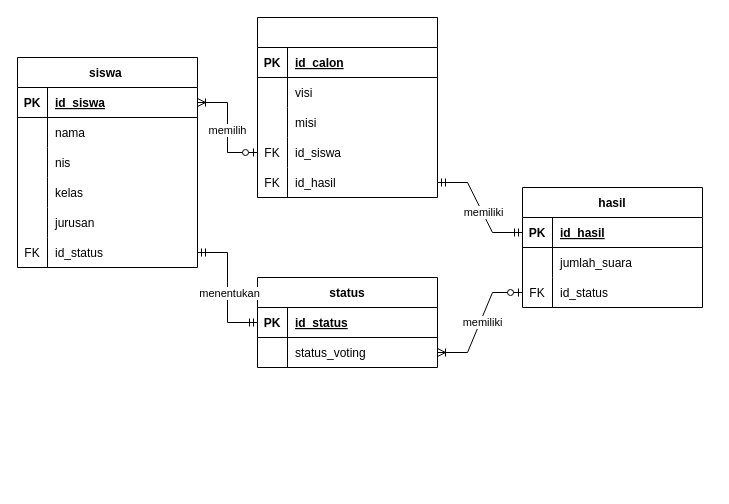
Reiaslite/Semester-3 keeps this draw.io diagram as DRAW-iO/DataBaseFP.drawio. Above is the earlier version. Source tidied: cells renumbered, new cells numbered last; positions are measured from the earlier drawing's top-left corner, leaving out a move shared by most shapes. Both pictures are drawn from the tidied source at 100%, with x=0, y=0 at pixel (17, 17).
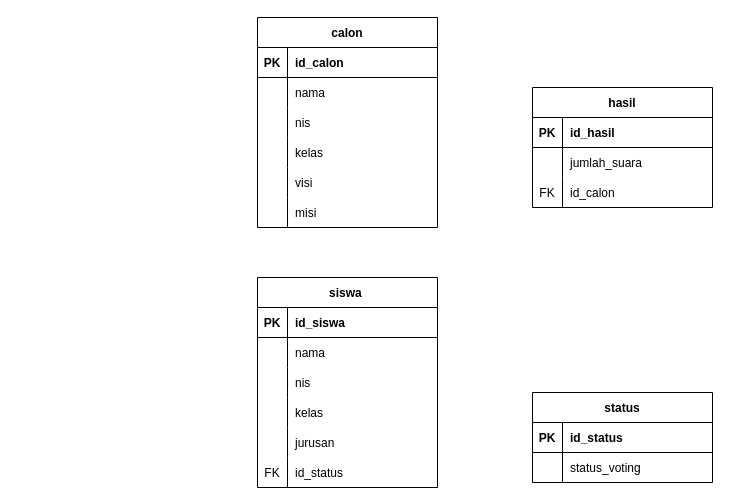
The same page after the edit.

The change refers to these unchanged cells:
```xml
<mxCell id="3" style="shape=tableRow;horizontal=0;startSize=0;swimlaneHead=0;swimlaneBody=0;fillColor=none;top=0;left=0;right=0;bottom=1;" parent="2" vertex="1">
  <mxGeometry y="30" width="180" height="30" as="geometry" />
</mxCell>
<mxCell id="19" style="shape=tableRow;horizontal=0;startSize=0;swimlaneHead=0;swimlaneBody=0;fillColor=none;points=[[0,0.5],[1,0.5]];portConstraint=eastwest;top=0;left=0;right=0;bottom=1;" parent="18" vertex="1">
  <mxGeometry y="30" width="180" height="30" as="geometry" />
</mxCell>
<mxCell id="34" style="shape=tableRow;horizontal=0;startSize=0;swimlaneHead=0;swimlaneBody=0;fillColor=none;points=[[0,0.5],[1,0.5]];portConstraint=eastwest;top=0;left=0;right=0;bottom=0;" parent="18" vertex="1">
  <mxGeometry y="180" width="180" height="30" as="geometry" />
</mxCell>
<mxCell id="38" style="shape=tableRow;horizontal=0;startSize=0;swimlaneHead=0;swimlaneBody=0;fillColor=none;points=[[0,0.5],[1,0.5]];portConstraint=eastwest;top=0;left=0;right=0;bottom=1;" parent="37" vertex="1">
  <mxGeometry y="30" width="180" height="30" as="geometry" />
</mxCell>
<mxCell id="52" style="shape=tableRow;horizontal=0;startSize=0;swimlaneHead=0;swimlaneBody=0;fillColor=none;points=[[0,0.5],[1,0.5]];portConstraint=eastwest;top=0;left=0;right=0;bottom=1;" parent="51" vertex="1">
  <mxGeometry y="30" width="180" height="30" as="geometry" />
</mxCell>
```

Change to the diagram source:
```diff
@@
-    <mxCell id="2" value=" " style="shape=table;startSize=30;childLayout=tableLayout;rowLines=0;fontStyle=1;align=center;" parent="1" vertex="1">
-      <mxGeometry x="240" width="180" height="180" as="geometry" />
+    <mxCell id="2" value="calon" style="shape=table;startSize=30;childLayout=tableLayout;rowLines=0;fontStyle=1;align=center;" parent="1" vertex="1">
+      <mxGeometry x="240" width="180" height="210" as="geometry" />
     </mxCell>
@@
-    <mxCell id="5" value="id_calon" style="shape=partialRectangle;fillColor=none;top=0;left=0;bottom=0;right=0;align=left;spacingLeft=6;fontStyle=5;overflow=hidden;" parent="3" vertex="1">
+    <mxCell id="5" value="id_calon" style="shape=partialRectangle;fillColor=none;top=0;left=0;bottom=0;right=0;align=left;spacingLeft=6;fontStyle=1;overflow=hidden;" parent="3" vertex="1">
       <mxGeometry x="30" width="150" height="30" as="geometry" />
     </mxCell>
+    <mxCell id="62" style="shape=tableRow;horizontal=0;startSize=0;swimlaneHead=0;swimlaneBody=0;fillColor=none;top=0;left=0;right=0;bottom=0;" parent="2" vertex="1">
+      <mxGeometry y="60" width="180" height="30" as="geometry" />
+    </mxCell>
+    <mxCell id="63" style="shape=partialRectangle;fillColor=none;top=0;left=0;bottom=0;right=0;overflow=hidden;" parent="62" vertex="1">
+      <mxGeometry width="30" height="30" as="geometry" />
+    </mxCell>
+    <mxCell id="64" value="nama" style="shape=partialRectangle;fillColor=none;top=0;left=0;bottom=0;right=0;align=left;spacingLeft=6;overflow=hidden;" parent="62" vertex="1">
+      <mxGeometry x="30" width="150" height="30" as="geometry" />
+    </mxCell>
+    <mxCell id="65" style="shape=tableRow;horizontal=0;startSize=0;swimlaneHead=0;swimlaneBody=0;fillColor=none;top=0;left=0;right=0;bottom=0;" parent="2" vertex="1">
+      <mxGeometry y="90" width="180" height="30" as="geometry" />
+    </mxCell>
+    <mxCell id="66" style="shape=partialRectangle;fillColor=none;top=0;left=0;bottom=0;right=0;overflow=hidden;" parent="65" vertex="1">
+      <mxGeometry width="30" height="30" as="geometry" />
+    </mxCell>
+    <mxCell id="67" value="nis" style="shape=partialRectangle;fillColor=none;top=0;left=0;bottom=0;right=0;align=left;spacingLeft=6;overflow=hidden;" parent="65" vertex="1">
+      <mxGeometry x="30" width="150" height="30" as="geometry" />
+    </mxCell>
+    <mxCell id="12" style="shape=tableRow;horizontal=0;startSize=0;swimlaneHead=0;swimlaneBody=0;fillColor=none;points=[[0,0.5],[1,0.5]];portConstraint=eastwest;top=0;left=0;right=0;bottom=0;" parent="2" vertex="1">
+      <mxGeometry y="120" width="180" height="30" as="geometry" />
+    </mxCell>
+    <mxCell id="68" style="shape=partialRectangle;fillColor=none;top=0;left=0;bottom=0;right=0;overflow=hidden;" parent="12" vertex="1">
+      <mxGeometry width="30" height="30" as="geometry" />
+    </mxCell>
+    <mxCell id="69" value="kelas" style="shape=partialRectangle;fillColor=none;top=0;left=0;bottom=0;right=0;align=left;spacingLeft=6;overflow=hidden;" parent="12" vertex="1">
+      <mxGeometry x="30" width="150" height="30" as="geometry" />
+    </mxCell>
     <mxCell id="6" style="shape=tableRow;horizontal=0;startSize=0;swimlaneHead=0;swimlaneBody=0;fillColor=none;top=0;left=0;right=0;bottom=0;" parent="2" vertex="1">
-      <mxGeometry y="60" width="180" height="30" as="geometry" />
+      <mxGeometry y="150" width="180" height="30" as="geometry" />
     </mxCell>
@@
     <mxCell id="9" style="shape=tableRow;horizontal=0;startSize=0;swimlaneHead=0;swimlaneBody=0;fillColor=none;top=0;left=0;right=0;bottom=0;" parent="2" vertex="1">
-      <mxGeometry y="90" width="180" height="30" as="geometry" />
+      <mxGeometry y="180" width="180" height="30" as="geometry" />
     </mxCell>
@@
-    <mxCell id="12" style="shape=tableRow;horizontal=0;startSize=0;swimlaneHead=0;swimlaneBody=0;fillColor=none;points=[[0,0.5],[1,0.5]];portConstraint=eastwest;top=0;left=0;right=0;bottom=0;" parent="2" vertex="1">
-      <mxGeometry y="120" width="180" height="30" as="geometry" />
-    </mxCell>
-    <mxCell id="13" value="FK" style="shape=partialRectangle;fillColor=none;top=0;left=0;bottom=0;right=0;overflow=hidden;" parent="12" vertex="1">
-      <mxGeometry width="30" height="30" as="geometry" />
-    </mxCell>
-    <mxCell id="14" value="id_siswa " style="shape=partialRectangle;fillColor=none;top=0;left=0;bottom=0;right=0;align=left;spacingLeft=6;overflow=hidden;" parent="12" vertex="1">
-      <mxGeometry x="30" width="150" height="30" as="geometry" />
-    </mxCell>
-    <mxCell id="15" style="shape=tableRow;horizontal=0;startSize=0;swimlaneHead=0;swimlaneBody=0;fillColor=none;points=[[0,0.5],[1,0.5]];portConstraint=eastwest;top=0;left=0;right=0;bottom=0;" parent="2" vertex="1">
-      <mxGeometry y="150" width="180" height="30" as="geometry" />
-    </mxCell>
-    <mxCell id="16" value="FK" style="shape=partialRectangle;fillColor=none;top=0;left=0;bottom=0;right=0;overflow=hidden;" parent="15" vertex="1">
-      <mxGeometry width="30" height="30" as="geometry" />
-    </mxCell>
-    <mxCell id="17" value="id_hasil" style="shape=partialRectangle;fillColor=none;top=0;left=0;bottom=0;right=0;align=left;spacingLeft=6;overflow=hidden;" parent="15" vertex="1">
-      <mxGeometry x="30" width="150" height="30" as="geometry" />
-    </mxCell>
     <mxCell id="18" value="siswa " style="shape=table;startSize=30;childLayout=tableLayout;rowLines=0;fontStyle=1;align=center;" parent="1" vertex="1">
-      <mxGeometry y="40" width="180" height="210" as="geometry" />
+      <mxGeometry x="240" y="260" width="180" height="210" as="geometry" />
     </mxCell>
@@
-    <mxCell id="21" value="id_siswa" style="shape=partialRectangle;fillColor=none;top=0;left=0;bottom=0;right=0;align=left;spacingLeft=6;fontStyle=5;overflow=hidden;" parent="19" vertex="1">
+    <mxCell id="21" value="id_siswa" style="shape=partialRectangle;fillColor=none;top=0;left=0;bottom=0;right=0;align=left;spacingLeft=6;fontStyle=1;overflow=hidden;" parent="19" vertex="1">
       <mxGeometry x="30" width="150" height="30" as="geometry" />
     </mxCell>
@@
     <mxCell id="37" value="hasil" style="shape=table;startSize=30;childLayout=tableLayout;rowLines=0;fontStyle=1;align=center;" parent="1" vertex="1">
-      <mxGeometry x="505" y="170" width="180" height="120" as="geometry" />
+      <mxGeometry x="515" y="70" width="180" height="120" as="geometry" />
     </mxCell>
@@
-    <mxCell id="40" value="id_hasil" style="shape=partialRectangle;fillColor=none;top=0;left=0;bottom=0;right=0;align=left;spacingLeft=6;fontStyle=5;overflow=hidden;" parent="38" vertex="1">
+    <mxCell id="40" value="id_hasil" style="shape=partialRectangle;fillColor=none;top=0;left=0;bottom=0;right=0;align=left;spacingLeft=6;fontStyle=1;overflow=hidden;" parent="38" vertex="1">
       <mxGeometry x="30" width="150" height="30" as="geometry" />
     </mxCell>
@@
-    <mxCell id="44" style="shape=tableRow;horizontal=0;startSize=0;swimlaneHead=0;swimlaneBody=0;fillColor=none;points=[[0,0.5],[1,0.5]];portConstraint=eastwest;top=0;left=0;right=0;bottom=0;" parent="37" vertex="1">
-      <mxGeometry y="90" width="180" height="30" as="geometry" />
-    </mxCell>
-    <mxCell id="45" value="FK" style="shape=partialRectangle;fillColor=none;top=0;left=0;bottom=0;right=0;overflow=hidden;" parent="44" vertex="1">
-      <mxGeometry width="30" height="30" as="geometry" />
-    </mxCell>
-    <mxCell id="46" value="id_status" style="shape=partialRectangle;fillColor=none;top=0;left=0;bottom=0;right=0;align=left;spacingLeft=6;overflow=hidden;" parent="44" vertex="1">
-      <mxGeometry x="30" width="150" height="30" as="geometry" />
-    </mxCell>
-    <mxCell id="47" style="edgeStyle=entityRelationEdgeStyle;fontSize=12;html=1;endArrow=ERoneToMany;startArrow=ERzeroToOne;rounded=0;entryX=1;entryY=0.5;entryDx=0;entryDy=0;exitX=0;exitY=0.5;exitDx=0;exitDy=0;" parent="1" edge="1" source="12" target="19">
-      <mxGeometry relative="1" as="geometry" />
-    </mxCell>
-    <mxCell id="48" value="memilih" style="edgeLabel;html=1;align=center;verticalAlign=middle;" parent="47" vertex="1">
-      <mxGeometry x="-0.03" y="1" relative="1" as="geometry" />
-    </mxCell>
-    <mxCell id="49" style="edgeStyle=entityRelationEdgeStyle;fontSize=12;html=1;endArrow=ERmandOne;startArrow=ERmandOne;rounded=0;exitX=1;exitY=0.5;exitDx=0;exitDy=0;entryX=0;entryY=0.5;entryDx=0;entryDy=0;endFill=0;" parent="1" edge="1" source="15" target="38">
-      <mxGeometry relative="1" as="geometry" />
-    </mxCell>
-    <mxCell id="50" value="memiliki" style="edgeLabel;html=1;align=center;verticalAlign=middle;" parent="49" vertex="1">
-      <mxGeometry x="0.08" y="1" relative="1" as="geometry" />
-    </mxCell>
+    <mxCell id="70" style="shape=tableRow;horizontal=0;startSize=0;swimlaneHead=0;swimlaneBody=0;fillColor=none;top=0;left=0;right=0;bottom=0;" parent="37" vertex="1">
+      <mxGeometry y="90" width="180" height="30" as="geometry" />
+    </mxCell>
+    <mxCell id="71" value="FK" style="shape=partialRectangle;fillColor=none;top=0;left=0;bottom=0;right=0;overflow=hidden;" parent="70" vertex="1">
+      <mxGeometry width="30" height="30" as="geometry" />
+    </mxCell>
+    <mxCell id="72" value="id_calon" style="shape=partialRectangle;fillColor=none;top=0;left=0;bottom=0;right=0;align=left;spacingLeft=6;overflow=hidden;" parent="70" vertex="1">
+      <mxGeometry x="30" width="150" height="30" as="geometry" />
+    </mxCell>
     <mxCell id="51" value="status" style="shape=table;startSize=30;childLayout=tableLayout;rowLines=0;fontStyle=1;align=center;" parent="1" vertex="1">
-      <mxGeometry x="240" y="260" width="180" height="90" as="geometry" />
+      <mxGeometry x="515" y="375" width="180" height="90" as="geometry" />
     </mxCell>
@@
-    <mxCell id="54" value="id_status" style="shape=partialRectangle;fillColor=none;top=0;left=0;bottom=0;right=0;align=left;spacingLeft=6;fontStyle=5;overflow=hidden;" parent="52" vertex="1">
-      <mxGeometry x="30" width="150" height="30" as="geometry" />
-    </mxCell>
-    <mxCell id="55" style="shape=tableRow;horizontal=0;startSize=0;swimlaneHead=0;swimlaneBody=0;fillColor=none;points=[[0,0.5],[1,0.5]];portConstraint=eastwest;top=0;left=0;right=0;bottom=0;" parent="51" vertex="1">
-      <mxGeometry y="60" width="180" height="30" as="geometry" />
-    </mxCell>
-    <mxCell id="56" style="shape=partialRectangle;fillColor=none;top=0;left=0;bottom=0;right=0;overflow=hidden;" parent="55" vertex="1">
-      <mxGeometry width="30" height="30" as="geometry" />
-    </mxCell>
+    <mxCell id="73" value="id_status" style="shape=partialRectangle;fillColor=none;top=0;left=0;bottom=0;right=0;align=left;spacingLeft=6;fontStyle=1;overflow=hidden;" parent="52" vertex="1">
+      <mxGeometry x="30" width="150" height="30" as="geometry" />
+    </mxCell>
+    <mxCell id="74" style="shape=tableRow;horizontal=0;startSize=0;swimlaneHead=0;swimlaneBody=0;fillColor=none;top=0;left=0;right=0;bottom=0;" parent="51" vertex="1">
+      <mxGeometry y="60" width="180" height="30" as="geometry" />
+    </mxCell>
+    <mxCell id="75" style="shape=partialRectangle;fillColor=none;top=0;left=0;bottom=0;right=0;overflow=hidden;" parent="74" vertex="1">
+      <mxGeometry width="30" height="30" as="geometry" />
+    </mxCell>
-    <mxCell id="57" value="status_voting" style="shape=partialRectangle;fillColor=none;top=0;left=0;bottom=0;right=0;align=left;spacingLeft=6;overflow=hidden;" parent="55" vertex="1">
+    <mxCell id="57" value="status_voting" style="shape=partialRectangle;fillColor=none;top=0;left=0;bottom=0;right=0;align=left;spacingLeft=6;overflow=hidden;" parent="74" vertex="1">
       <mxGeometry x="30" width="150" height="30" as="geometry" />
     </mxCell>
-    <mxCell id="58" style="edgeStyle=entityRelationEdgeStyle;fontSize=12;html=1;endArrow=ERmandOne;startArrow=ERmandOne;rounded=0;exitX=1;exitY=0.5;exitDx=0;exitDy=0;entryX=0;entryY=0.5;entryDx=0;entryDy=0;endFill=0;" parent="1" edge="1" source="34" target="52">
-      <mxGeometry relative="1" as="geometry" />
-    </mxCell>
-    <mxCell id="59" value="menentukan" style="edgeLabel;html=1;align=center;verticalAlign=middle;" parent="58" vertex="1">
-      <mxGeometry x="0.08" y="1" relative="1" as="geometry" />
-    </mxCell>
-    <mxCell id="60" style="edgeStyle=entityRelationEdgeStyle;fontSize=12;html=1;endArrow=ERoneToMany;startArrow=ERzeroToOne;rounded=0;entryX=1;entryY=0.5;entryDx=0;entryDy=0;exitX=0;exitY=0.5;exitDx=0;exitDy=0;" parent="1" edge="1" source="44" target="55">
-      <mxGeometry relative="1" as="geometry" />
-    </mxCell>
-    <mxCell id="61" value="memiliki" style="edgeLabel;html=1;align=center;verticalAlign=middle;" parent="60" vertex="1">
-      <mxGeometry x="-0.03" y="1" relative="1" as="geometry" />
-    </mxCell>
```
